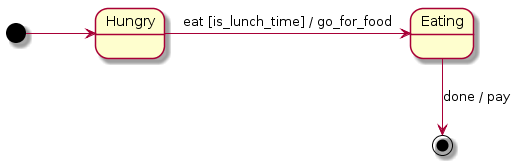
Before: docs/meetingcpp-2016/images/sml.png, a diagram exported from PlantUML (krzysztof-jusiak/match3).
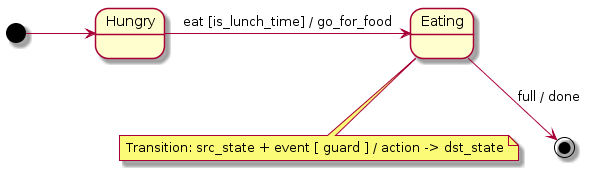
After the commit.

Diff of the diagram source:
```diff
@@ -3,6 +3,7 @@
 State Eating
 
 [*] -> Hungry
+note bottom of Eating : Transition: src_state + event [ guard ] / action -> dst_state
 Hungry -right-> Eating: eat [is_lunch_time] / go_for_food
-Eating -down-> [*]: done / pay
+Eating -down-> [*]: full / done
 @enduml
```
